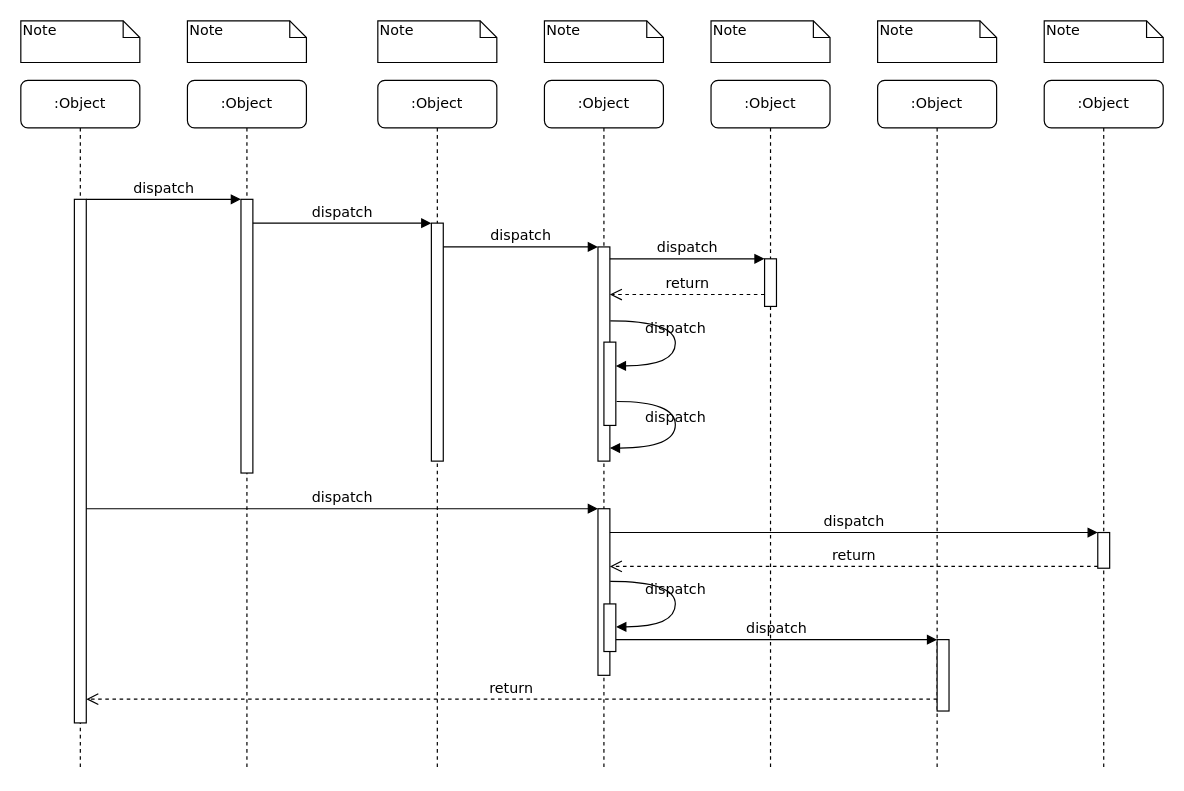
Above: Untitled Diagram.drawio in jingmingcn/drawio (draw.io), before the change. Source tidied: cells renumbered, new cells numbered last; positions are measured from the earlier drawing's top-left corner, leaving out a move shared by most shapes. Both pictures are drawn from the tidied source at 119%, with x=0, y=0 at pixel (20, 20).
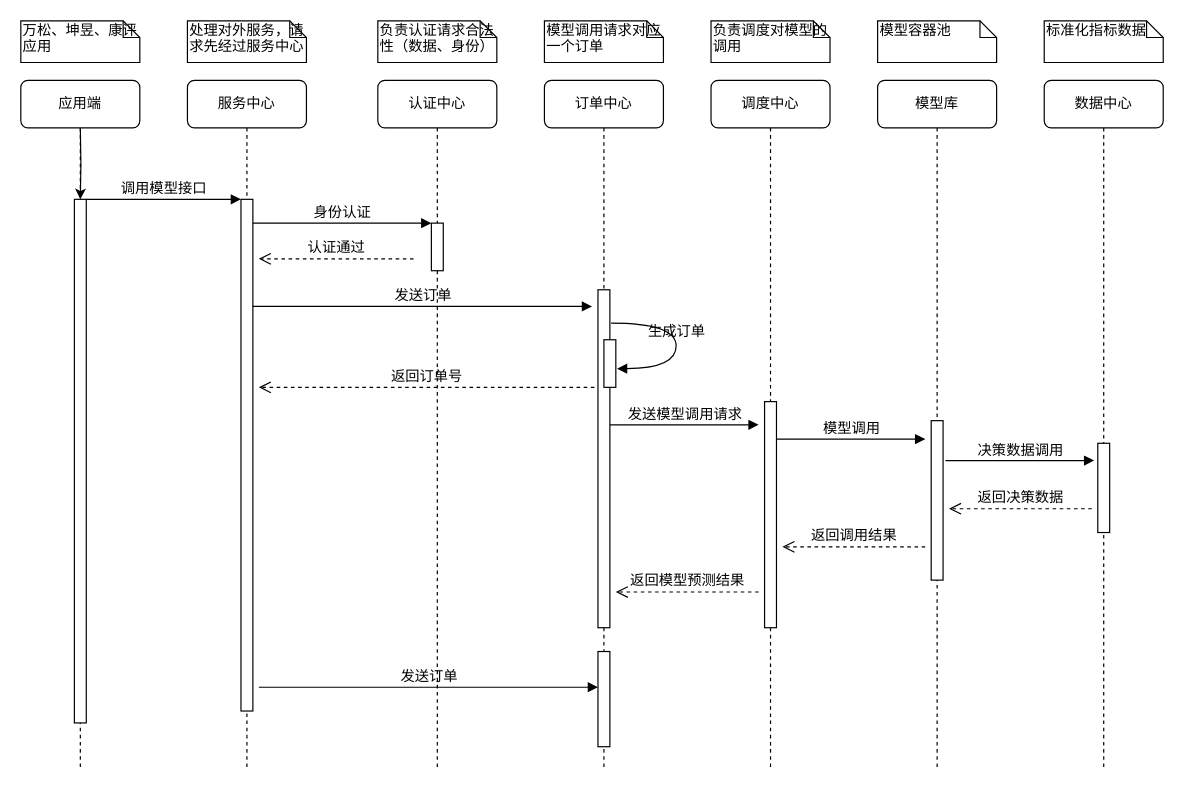
The same diagram, later.

The change refers to these unchanged cells:
```xml
<mxCell id="11" style="html=1;points=[];perimeter=orthogonalPerimeter;rounded=0;shadow=0;comic=0;labelBackgroundColor=none;strokeWidth=1;fontFamily=Verdana;fontSize=12;align=center;" parent="10" vertex="1">
  <mxGeometry x="45" y="100" width="10" height="440" as="geometry" />
</mxCell>
```

Diff of the diagram source:
```diff
@@
-    <mxCell id="2" value=":Object" style="shape=umlLifeline;perimeter=lifelinePerimeter;whiteSpace=wrap;html=1;rounded=1;shadow=0;comic=0;labelBackgroundColor=none;strokeWidth=1;fontFamily=Verdana;fontSize=12;align=center;" parent="1" vertex="1">
+    <mxCell id="2" value="服务中心" style="shape=umlLifeline;perimeter=lifelinePerimeter;whiteSpace=wrap;html=1;rounded=1;shadow=0;comic=0;labelBackgroundColor=none;strokeWidth=1;fontFamily=Verdana;fontSize=12;align=center;" parent="1" vertex="1">
       <mxGeometry x="140" y="50" width="100" height="580" as="geometry" />
     </mxCell>
     <mxCell id="3" style="html=1;points=[];perimeter=orthogonalPerimeter;rounded=0;shadow=0;comic=0;labelBackgroundColor=none;strokeWidth=1;fontFamily=Verdana;fontSize=12;align=center;" parent="2" vertex="1">
-      <mxGeometry x="45" y="100" width="10" height="230" as="geometry" />
+      <mxGeometry x="45" y="100" width="10" height="430" as="geometry" />
     </mxCell>
-    <mxCell id="4" value=":Object" style="shape=umlLifeline;perimeter=lifelinePerimeter;whiteSpace=wrap;html=1;rounded=1;shadow=0;comic=0;labelBackgroundColor=none;strokeWidth=1;fontFamily=Verdana;fontSize=12;align=center;" parent="1" vertex="1">
+    <mxCell id="4" value="认证中心" style="shape=umlLifeline;perimeter=lifelinePerimeter;whiteSpace=wrap;html=1;rounded=1;shadow=0;comic=0;labelBackgroundColor=none;strokeWidth=1;fontFamily=Verdana;fontSize=12;align=center;" parent="1" vertex="1">
       <mxGeometry x="300" y="50" width="100" height="580" as="geometry" />
     </mxCell>
     <mxCell id="5" style="html=1;points=[];perimeter=orthogonalPerimeter;rounded=0;shadow=0;comic=0;labelBackgroundColor=none;strokeWidth=1;fontFamily=Verdana;fontSize=12;align=center;" parent="4" vertex="1">
-      <mxGeometry x="45" y="120" width="10" height="200" as="geometry" />
+      <mxGeometry x="45" y="120" width="10" height="40" as="geometry" />
     </mxCell>
+    <mxCell id="39" value="发送订单" style="html=1;verticalAlign=bottom;endArrow=block;labelBackgroundColor=none;fontFamily=Verdana;fontSize=12;edgeStyle=elbowEdgeStyle;elbow=vertical;" parent="4" edge="1">
+      <mxGeometry relative="1" as="geometry">
+        <mxPoint x="-105" y="190" as="sourcePoint" />
+        <mxPoint x="180" y="190" as="targetPoint" />
+      </mxGeometry>
+    </mxCell>
+    <mxCell id="40" value="返回订单号" style="html=1;verticalAlign=bottom;endArrow=open;dashed=1;endSize=8;exitX=-0.3;exitY=0.556;labelBackgroundColor=none;fontFamily=Verdana;fontSize=12;exitDx=0;exitDy=0;exitPerimeter=0;" parent="4" edge="1">
+      <mxGeometry relative="1" as="geometry">
+        <mxPoint x="182" y="258" as="sourcePoint" />
+        <mxPoint x="-100" y="258" as="targetPoint" />
+      </mxGeometry>
+    </mxCell>
-    <mxCell id="6" value=":Object" style="shape=umlLifeline;perimeter=lifelinePerimeter;whiteSpace=wrap;html=1;rounded=1;shadow=0;comic=0;labelBackgroundColor=none;strokeWidth=1;fontFamily=Verdana;fontSize=12;align=center;" parent="1" vertex="1">
+    <mxCell id="6" value="订单中心" style="shape=umlLifeline;perimeter=lifelinePerimeter;whiteSpace=wrap;html=1;rounded=1;shadow=0;comic=0;labelBackgroundColor=none;strokeWidth=1;fontFamily=Verdana;fontSize=12;align=center;" parent="1" vertex="1">
       <mxGeometry x="440" y="50" width="100" height="580" as="geometry" />
     </mxCell>
+    <mxCell id="12" style="html=1;points=[];perimeter=orthogonalPerimeter;rounded=0;shadow=0;comic=0;labelBackgroundColor=none;strokeWidth=1;fontFamily=Verdana;fontSize=12;align=center;" parent="6" vertex="1">
+      <mxGeometry x="45" y="176" width="10" height="284" as="geometry" />
+    </mxCell>
+    <mxCell id="41" style="html=1;perimeter=orthogonalPerimeter;rounded=0;shadow=0;comic=0;labelBackgroundColor=none;strokeWidth=1;fontFamily=Verdana;fontSize=12;align=center;" parent="6" vertex="1">
+      <mxGeometry x="50" y="218" width="10" height="40" as="geometry" />
+    </mxCell>
-    <mxCell id="7" value=":Object" style="shape=umlLifeline;perimeter=lifelinePerimeter;whiteSpace=wrap;html=1;rounded=1;shadow=0;comic=0;labelBackgroundColor=none;strokeWidth=1;fontFamily=Verdana;fontSize=12;align=center;" parent="1" vertex="1">
+    <mxCell id="7" value="调度中心" style="shape=umlLifeline;perimeter=lifelinePerimeter;whiteSpace=wrap;html=1;rounded=1;shadow=0;comic=0;labelBackgroundColor=none;strokeWidth=1;fontFamily=Verdana;fontSize=12;align=center;" parent="1" vertex="1">
       <mxGeometry x="580" y="50" width="100" height="580" as="geometry" />
     </mxCell>
+    <mxCell id="14" style="html=1;points=[];perimeter=orthogonalPerimeter;rounded=0;shadow=0;comic=0;labelBackgroundColor=none;strokeWidth=1;fontFamily=Verdana;fontSize=12;align=center;" parent="7" vertex="1">
+      <mxGeometry x="45" y="270" width="10" height="190" as="geometry" />
+    </mxCell>
+    <mxCell id="42" value="发送模型调用请求" style="html=1;verticalAlign=bottom;endArrow=block;labelBackgroundColor=none;fontFamily=Verdana;fontSize=12;edgeStyle=elbowEdgeStyle;elbow=horizontal;" parent="7" edge="1">
+      <mxGeometry relative="1" as="geometry">
+        <mxPoint x="-85" y="289.5" as="sourcePoint" />
+        <mxPoint x="40" y="289.5" as="targetPoint" />
+      </mxGeometry>
+    </mxCell>
+    <mxCell id="43" value="返回模型预测结果" style="html=1;verticalAlign=bottom;endArrow=open;dashed=1;endSize=8;labelBackgroundColor=none;fontFamily=Verdana;fontSize=12;" parent="7" edge="1">
+      <mxGeometry relative="1" as="geometry">
+        <mxPoint x="40" y="430" as="sourcePoint" />
+        <mxPoint x="-80" y="430" as="targetPoint" />
+      </mxGeometry>
+    </mxCell>
-    <mxCell id="8" value=":Object" style="shape=umlLifeline;perimeter=lifelinePerimeter;whiteSpace=wrap;html=1;rounded=1;shadow=0;comic=0;labelBackgroundColor=none;strokeWidth=1;fontFamily=Verdana;fontSize=12;align=center;" parent="1" vertex="1">
+    <mxCell id="8" value="模型库" style="shape=umlLifeline;perimeter=lifelinePerimeter;whiteSpace=wrap;html=1;rounded=1;shadow=0;comic=0;labelBackgroundColor=none;strokeWidth=1;fontFamily=Verdana;fontSize=12;align=center;" parent="1" vertex="1">
       <mxGeometry x="720" y="50" width="100" height="580" as="geometry" />
     </mxCell>
+    <mxCell id="22" style="html=1;points=[];perimeter=orthogonalPerimeter;rounded=0;shadow=0;comic=0;labelBackgroundColor=none;strokeWidth=1;fontFamily=Verdana;fontSize=12;align=center;" parent="8" vertex="1">
+      <mxGeometry x="45" y="286" width="10" height="134" as="geometry" />
+    </mxCell>
+    <mxCell id="44" value="模型调用" style="html=1;verticalAlign=bottom;endArrow=block;labelBackgroundColor=none;fontFamily=Verdana;fontSize=12;edgeStyle=elbowEdgeStyle;elbow=horizontal;" parent="8" edge="1">
+      <mxGeometry relative="1" as="geometry">
+        <mxPoint x="-85" y="301.5" as="sourcePoint" />
+        <mxPoint x="40" y="301.5" as="targetPoint" />
+      </mxGeometry>
+    </mxCell>
+    <mxCell id="45" value="返回调用结果" style="html=1;verticalAlign=bottom;endArrow=open;dashed=1;endSize=8;labelBackgroundColor=none;fontFamily=Verdana;fontSize=12;" parent="8" edge="1">
+      <mxGeometry relative="1" as="geometry">
+        <mxPoint x="40" y="392" as="sourcePoint" />
+        <mxPoint x="-80" y="392" as="targetPoint" />
+      </mxGeometry>
+    </mxCell>
-    <mxCell id="9" value=":Object" style="shape=umlLifeline;perimeter=lifelinePerimeter;whiteSpace=wrap;html=1;rounded=1;shadow=0;comic=0;labelBackgroundColor=none;strokeWidth=1;fontFamily=Verdana;fontSize=12;align=center;" parent="1" vertex="1">
+    <mxCell id="9" value="数据中心" style="shape=umlLifeline;perimeter=lifelinePerimeter;whiteSpace=wrap;html=1;rounded=1;shadow=0;comic=0;labelBackgroundColor=none;strokeWidth=1;fontFamily=Verdana;fontSize=12;align=center;" parent="1" vertex="1">
       <mxGeometry x="860" y="50" width="100" height="580" as="geometry" />
     </mxCell>
+    <mxCell id="19" style="html=1;points=[];perimeter=orthogonalPerimeter;rounded=0;shadow=0;comic=0;labelBackgroundColor=none;strokeColor=#000000;strokeWidth=1;fillColor=#FFFFFF;fontFamily=Verdana;fontSize=12;fontColor=#000000;align=center;" parent="9" vertex="1">
+      <mxGeometry x="45" y="305" width="10" height="75" as="geometry" />
+    </mxCell>
+    <mxCell id="46" value="决策数据调用" style="html=1;verticalAlign=bottom;endArrow=block;labelBackgroundColor=none;fontFamily=Verdana;fontSize=12;edgeStyle=elbowEdgeStyle;elbow=horizontal;" parent="9" edge="1">
+      <mxGeometry relative="1" as="geometry">
+        <mxPoint x="-83" y="319.5" as="sourcePoint" />
+        <mxPoint x="42" y="319.5" as="targetPoint" />
+      </mxGeometry>
+    </mxCell>
+    <mxCell id="47" value="返回决策数据" style="html=1;verticalAlign=bottom;endArrow=open;dashed=1;endSize=8;labelBackgroundColor=none;fontFamily=Verdana;fontSize=12;" parent="9" edge="1">
+      <mxGeometry relative="1" as="geometry">
+        <mxPoint x="40" y="360" as="sourcePoint" />
+        <mxPoint x="-80" y="360" as="targetPoint" />
+      </mxGeometry>
+    </mxCell>
-    <mxCell id="10" value=":Object" style="shape=umlLifeline;perimeter=lifelinePerimeter;whiteSpace=wrap;html=1;rounded=1;shadow=0;comic=0;labelBackgroundColor=none;strokeWidth=1;fontFamily=Verdana;fontSize=12;align=center;" parent="1" vertex="1">
+    <mxCell id="10" value="应用端" style="shape=umlLifeline;perimeter=lifelinePerimeter;whiteSpace=wrap;html=1;rounded=1;shadow=0;comic=0;labelBackgroundColor=none;strokeWidth=1;fontFamily=Verdana;fontSize=12;align=center;" parent="1" vertex="1">
       <mxGeometry y="50" width="100" height="580" as="geometry" />
     </mxCell>
@@
-    <mxCell id="12" style="html=1;points=[];perimeter=orthogonalPerimeter;rounded=0;shadow=0;comic=0;labelBackgroundColor=none;strokeWidth=1;fontFamily=Verdana;fontSize=12;align=center;" parent="1" vertex="1">
-      <mxGeometry x="485" y="190" width="10" height="180" as="geometry" />
-    </mxCell>
-    <mxCell id="13" value="dispatch" style="html=1;verticalAlign=bottom;endArrow=block;labelBackgroundColor=none;fontFamily=Verdana;fontSize=12;edgeStyle=elbowEdgeStyle;elbow=vertical;" parent="1" edge="1" source="5" target="12">
-      <mxGeometry relative="1" as="geometry">
-        <Array as="points">
-          <mxPoint x="360" y="190" />
-        </Array>
-      </mxGeometry>
-    </mxCell>
-    <mxCell id="14" style="html=1;points=[];perimeter=orthogonalPerimeter;rounded=0;shadow=0;comic=0;labelBackgroundColor=none;strokeWidth=1;fontFamily=Verdana;fontSize=12;align=center;" parent="1" vertex="1">
-      <mxGeometry x="625" y="200" width="10" height="40" as="geometry" />
-    </mxCell>
-    <mxCell id="15" value="dispatch" style="html=1;verticalAlign=bottom;endArrow=block;entryX=0;entryY=0;labelBackgroundColor=none;fontFamily=Verdana;fontSize=12;edgeStyle=elbowEdgeStyle;elbow=vertical;" parent="1" edge="1" source="12" target="14">
-      <mxGeometry relative="1" as="geometry" />
-    </mxCell>
-    <mxCell id="16" value="return" style="html=1;verticalAlign=bottom;endArrow=open;dashed=1;endSize=8;labelBackgroundColor=none;fontFamily=Verdana;fontSize=12;edgeStyle=elbowEdgeStyle;elbow=vertical;" parent="1" edge="1" source="14" target="12">
-      <mxGeometry relative="1" as="geometry">
-        <Array as="points">
-          <mxPoint x="570" y="230" />
-          <mxPoint x="600" y="230" />
-        </Array>
-      </mxGeometry>
-    </mxCell>
-    <mxCell id="17" style="html=1;points=[];perimeter=orthogonalPerimeter;rounded=0;shadow=0;comic=0;labelBackgroundColor=none;strokeWidth=1;fontFamily=Verdana;fontSize=12;align=center;" parent="1" vertex="1">
-      <mxGeometry x="485" y="410" width="10" height="140" as="geometry" />
-    </mxCell>
-    <mxCell id="18" value="dispatch" style="html=1;verticalAlign=bottom;endArrow=block;entryX=0;entryY=0;labelBackgroundColor=none;fontFamily=Verdana;fontSize=12;" parent="1" edge="1" source="11" target="17">
-      <mxGeometry relative="1" as="geometry" />
-    </mxCell>
-    <mxCell id="19" style="html=1;points=[];perimeter=orthogonalPerimeter;rounded=0;shadow=0;comic=0;labelBackgroundColor=none;strokeColor=#000000;strokeWidth=1;fillColor=#FFFFFF;fontFamily=Verdana;fontSize=12;fontColor=#000000;align=center;" parent="1" vertex="1">
-      <mxGeometry x="905" y="430" width="10" height="30" as="geometry" />
-    </mxCell>
-    <mxCell id="20" value="dispatch" style="html=1;verticalAlign=bottom;endArrow=block;entryX=0;entryY=0;labelBackgroundColor=none;fontFamily=Verdana;fontSize=12;" parent="1" edge="1" source="17" target="19">
-      <mxGeometry relative="1" as="geometry" />
-    </mxCell>
-    <mxCell id="21" value="return" style="html=1;verticalAlign=bottom;endArrow=open;dashed=1;endSize=8;exitX=0;exitY=0.95;labelBackgroundColor=none;fontFamily=Verdana;fontSize=12;" parent="1" edge="1" source="19" target="17">
-      <mxGeometry relative="1" as="geometry" />
-    </mxCell>
-    <mxCell id="22" style="html=1;points=[];perimeter=orthogonalPerimeter;rounded=0;shadow=0;comic=0;labelBackgroundColor=none;strokeWidth=1;fontFamily=Verdana;fontSize=12;align=center;" parent="1" vertex="1">
-      <mxGeometry x="770" y="520" width="10" height="60" as="geometry" />
-    </mxCell>
-    <mxCell id="23" value="dispatch" style="html=1;verticalAlign=bottom;endArrow=block;entryX=0;entryY=0;labelBackgroundColor=none;fontFamily=Verdana;fontSize=12;edgeStyle=elbowEdgeStyle;elbow=vertical;" parent="1" edge="1" source="30" target="22">
-      <mxGeometry relative="1" as="geometry" />
-    </mxCell>
-    <mxCell id="24" value="return" style="html=1;verticalAlign=bottom;endArrow=open;dashed=1;endSize=8;labelBackgroundColor=none;fontFamily=Verdana;fontSize=12;edgeStyle=elbowEdgeStyle;elbow=vertical;" parent="1" edge="1" source="22" target="11">
-      <mxGeometry relative="1" as="geometry">
-        <Array as="points">
-          <mxPoint x="470" y="570" />
-        </Array>
-      </mxGeometry>
-    </mxCell>
-    <mxCell id="25" value="dispatch" style="html=1;verticalAlign=bottom;endArrow=block;entryX=0;entryY=0;labelBackgroundColor=none;fontFamily=Verdana;fontSize=12;edgeStyle=elbowEdgeStyle;elbow=vertical;" parent="1" edge="1" source="11" target="3">
+    <mxCell id="25" value="调用模型接口" style="html=1;verticalAlign=bottom;endArrow=block;entryX=0;entryY=0;labelBackgroundColor=none;fontFamily=Verdana;fontSize=12;edgeStyle=elbowEdgeStyle;elbow=vertical;" parent="1" edge="1" source="11" target="3">
       <mxGeometry relative="1" as="geometry" />
     </mxCell>
-    <mxCell id="26" value="dispatch" style="html=1;verticalAlign=bottom;endArrow=block;entryX=0;entryY=0;labelBackgroundColor=none;fontFamily=Verdana;fontSize=12;edgeStyle=elbowEdgeStyle;elbow=vertical;" parent="1" edge="1" source="3" target="5">
+    <mxCell id="26" value="身份认证" style="html=1;verticalAlign=bottom;endArrow=block;entryX=0;entryY=0;labelBackgroundColor=none;fontFamily=Verdana;fontSize=12;edgeStyle=elbowEdgeStyle;elbow=vertical;" parent="1" edge="1" source="3" target="5">
       <mxGeometry relative="1" as="geometry" />
     </mxCell>
-    <mxCell id="27" style="html=1;points=[];perimeter=orthogonalPerimeter;rounded=0;shadow=0;comic=0;labelBackgroundColor=none;strokeWidth=1;fontFamily=Verdana;fontSize=12;align=center;" parent="1" vertex="1">
-      <mxGeometry x="490" y="270" width="10" height="70" as="geometry" />
-    </mxCell>
-    <mxCell id="28" value="dispatch" style="html=1;verticalAlign=bottom;endArrow=block;labelBackgroundColor=none;fontFamily=Verdana;fontSize=12;elbow=vertical;edgeStyle=orthogonalEdgeStyle;curved=1;entryX=1;entryY=0.286;entryPerimeter=0;exitX=1.038;exitY=0.345;exitPerimeter=0;" parent="1" edge="1" source="12" target="27">
-      <mxGeometry relative="1" as="geometry">
-        <Array as="points">
-          <mxPoint x="550" y="252" />
-          <mxPoint x="550" y="290" />
-        </Array>
-      </mxGeometry>
-    </mxCell>
-    <mxCell id="29" value="dispatch" style="html=1;verticalAlign=bottom;endArrow=block;labelBackgroundColor=none;fontFamily=Verdana;fontSize=12;elbow=vertical;edgeStyle=orthogonalEdgeStyle;curved=1;exitX=1.066;exitY=0.713;exitPerimeter=0;" parent="1" edge="1" source="27">
-      <mxGeometry relative="1" as="geometry">
-        <mxPoint x="495" y="359" as="targetPoint" />
-        <Array as="points">
-          <mxPoint x="550" y="320" />
-          <mxPoint x="550" y="359" />
-        </Array>
-      </mxGeometry>
-    </mxCell>
-    <mxCell id="30" style="html=1;points=[];perimeter=orthogonalPerimeter;rounded=0;shadow=0;comic=0;labelBackgroundColor=none;strokeWidth=1;fontFamily=Verdana;fontSize=12;align=center;" parent="1" vertex="1">
-      <mxGeometry x="490" y="490" width="10" height="40" as="geometry" />
-    </mxCell>
-    <mxCell id="31" value="dispatch" style="html=1;verticalAlign=bottom;endArrow=block;labelBackgroundColor=none;fontFamily=Verdana;fontSize=12;elbow=vertical;edgeStyle=orthogonalEdgeStyle;curved=1;entryX=1;entryY=0.286;entryPerimeter=0;exitX=1.038;exitY=0.345;exitPerimeter=0;" parent="1" edge="1">
-      <mxGeometry relative="1" as="geometry">
-        <mxPoint x="495.3" y="471" as="sourcePoint" />
-        <mxPoint x="500.3" y="509.3" as="targetPoint" />
-        <Array as="points">
-          <mxPoint x="550" y="471" />
-          <mxPoint x="550" y="509" />
-        </Array>
-      </mxGeometry>
-    </mxCell>
+    <mxCell id="48" style="edgeStyle=orthogonalEdgeStyle;rounded=0;jettySize=auto;html=1;" parent="1" edge="1" target="11">
+      <mxGeometry relative="1" as="geometry">
+        <mxPoint x="50" y="90" as="sourcePoint" />
+      </mxGeometry>
+    </mxCell>
-    <mxCell id="32" value="Note" style="shape=note;whiteSpace=wrap;html=1;size=14;verticalAlign=top;align=left;spacingTop=-6;rounded=0;shadow=0;comic=0;labelBackgroundColor=none;strokeWidth=1;fontFamily=Verdana;fontSize=12;" parent="1" vertex="1">
+    <mxCell id="32" value="万松、坤昱、康评应用" style="shape=note;whiteSpace=wrap;html=1;size=14;verticalAlign=top;align=left;spacingTop=-6;rounded=0;shadow=0;comic=0;labelBackgroundColor=none;strokeWidth=1;fontFamily=Verdana;fontSize=12;" parent="1" vertex="1">
       <mxGeometry width="100" height="35" as="geometry" />
     </mxCell>
-    <mxCell id="33" value="Note" style="shape=note;whiteSpace=wrap;html=1;size=14;verticalAlign=top;align=left;spacingTop=-6;rounded=0;shadow=0;comic=0;labelBackgroundColor=none;strokeWidth=1;fontFamily=Verdana;fontSize=12;" parent="1" vertex="1">
+    <mxCell id="33" value="处理对外服务，请求先经过服务中心" style="shape=note;whiteSpace=wrap;html=1;size=14;verticalAlign=top;align=left;spacingTop=-6;rounded=0;shadow=0;comic=0;labelBackgroundColor=none;strokeWidth=1;fontFamily=Verdana;fontSize=12;" parent="1" vertex="1">
       <mxGeometry x="140" width="100" height="35" as="geometry" />
     </mxCell>
-    <mxCell id="34" value="Note" style="shape=note;whiteSpace=wrap;html=1;size=14;verticalAlign=top;align=left;spacingTop=-6;rounded=0;shadow=0;comic=0;labelBackgroundColor=none;strokeWidth=1;fontFamily=Verdana;fontSize=12;" parent="1" vertex="1">
+    <mxCell id="34" value="负责认证请求合法性（数据、身份）" style="shape=note;whiteSpace=wrap;html=1;size=14;verticalAlign=top;align=left;spacingTop=-6;rounded=0;shadow=0;comic=0;labelBackgroundColor=none;strokeWidth=1;fontFamily=Verdana;fontSize=12;" parent="1" vertex="1">
       <mxGeometry x="300" width="100" height="35" as="geometry" />
     </mxCell>
-    <mxCell id="35" value="Note" style="shape=note;whiteSpace=wrap;html=1;size=14;verticalAlign=top;align=left;spacingTop=-6;rounded=0;shadow=0;comic=0;labelBackgroundColor=none;strokeWidth=1;fontFamily=Verdana;fontSize=12;" parent="1" vertex="1">
+    <mxCell id="35" value="模型调用请求对应一个订单" style="shape=note;whiteSpace=wrap;html=1;size=14;verticalAlign=top;align=left;spacingTop=-6;rounded=0;shadow=0;comic=0;labelBackgroundColor=none;strokeWidth=1;fontFamily=Verdana;fontSize=12;" parent="1" vertex="1">
       <mxGeometry x="440" width="100" height="35" as="geometry" />
     </mxCell>
-    <mxCell id="36" value="Note" style="shape=note;whiteSpace=wrap;html=1;size=14;verticalAlign=top;align=left;spacingTop=-6;rounded=0;shadow=0;comic=0;labelBackgroundColor=none;strokeWidth=1;fontFamily=Verdana;fontSize=12;" parent="1" vertex="1">
+    <mxCell id="36" value="负责调度对模型的调用" style="shape=note;whiteSpace=wrap;html=1;size=14;verticalAlign=top;align=left;spacingTop=-6;rounded=0;shadow=0;comic=0;labelBackgroundColor=none;strokeWidth=1;fontFamily=Verdana;fontSize=12;" parent="1" vertex="1">
       <mxGeometry x="580" width="100" height="35" as="geometry" />
     </mxCell>
-    <mxCell id="37" value="Note" style="shape=note;whiteSpace=wrap;html=1;size=14;verticalAlign=top;align=left;spacingTop=-6;rounded=0;shadow=0;comic=0;labelBackgroundColor=none;strokeWidth=1;fontFamily=Verdana;fontSize=12;" parent="1" vertex="1">
+    <mxCell id="37" value="模型容器池" style="shape=note;whiteSpace=wrap;html=1;size=14;verticalAlign=top;align=left;spacingTop=-6;rounded=0;shadow=0;comic=0;labelBackgroundColor=none;strokeWidth=1;fontFamily=Verdana;fontSize=12;" parent="1" vertex="1">
       <mxGeometry x="720" width="100" height="35" as="geometry" />
     </mxCell>
-    <mxCell id="38" value="Note" style="shape=note;whiteSpace=wrap;html=1;size=14;verticalAlign=top;align=left;spacingTop=-6;rounded=0;shadow=0;comic=0;labelBackgroundColor=none;strokeWidth=1;fontFamily=Verdana;fontSize=12;" parent="1" vertex="1">
+    <mxCell id="38" value="标准化指标数据" style="shape=note;whiteSpace=wrap;html=1;size=14;verticalAlign=top;align=left;spacingTop=-6;rounded=0;shadow=0;comic=0;labelBackgroundColor=none;strokeWidth=1;fontFamily=Verdana;fontSize=12;" parent="1" vertex="1">
       <mxGeometry x="860" width="100" height="35" as="geometry" />
     </mxCell>
+    <mxCell id="49" value="认证通过" style="html=1;verticalAlign=bottom;endArrow=open;dashed=1;endSize=8;labelBackgroundColor=none;fontFamily=Verdana;fontSize=12;edgeStyle=elbowEdgeStyle;elbow=vertical;" parent="1" edge="1">
+      <mxGeometry relative="1" as="geometry">
+        <mxPoint x="330" y="200" as="sourcePoint" />
+        <mxPoint x="200" y="200" as="targetPoint" />
+        <Array as="points">
+          <mxPoint x="275" y="200" />
+          <mxPoint x="305" y="200" />
+        </Array>
+      </mxGeometry>
+    </mxCell>
+    <mxCell id="50" value="生成订单" style="html=1;verticalAlign=bottom;endArrow=block;labelBackgroundColor=none;fontFamily=Verdana;fontSize=12;elbow=vertical;edgeStyle=orthogonalEdgeStyle;curved=1;entryX=1;entryY=0.286;entryPerimeter=0;exitX=1.038;exitY=0.345;exitPerimeter=0;" parent="1" edge="1">
+      <mxGeometry relative="1" as="geometry">
+        <mxPoint x="496" y="254" as="sourcePoint" />
+        <mxPoint x="501" y="292.3" as="targetPoint" />
+        <Array as="points">
+          <mxPoint x="550.7" y="254" />
+          <mxPoint x="550.7" y="292" />
+        </Array>
+      </mxGeometry>
+    </mxCell>
+    <mxCell id="51" value="发送订单" style="html=1;verticalAlign=bottom;endArrow=block;labelBackgroundColor=none;fontFamily=Verdana;fontSize=12;edgeStyle=elbowEdgeStyle;elbow=vertical;" parent="1" edge="1">
+      <mxGeometry relative="1" as="geometry">
+        <mxPoint x="200" y="560" as="sourcePoint" />
+        <mxPoint x="485" y="560" as="targetPoint" />
+      </mxGeometry>
+    </mxCell>
+    <mxCell id="52" style="html=1;perimeter=orthogonalPerimeter;rounded=0;shadow=0;comic=0;labelBackgroundColor=none;strokeWidth=1;fontFamily=Verdana;fontSize=12;align=center;" parent="1" vertex="1">
+      <mxGeometry x="485" y="530" width="10" height="80" as="geometry" />
+    </mxCell>
```
